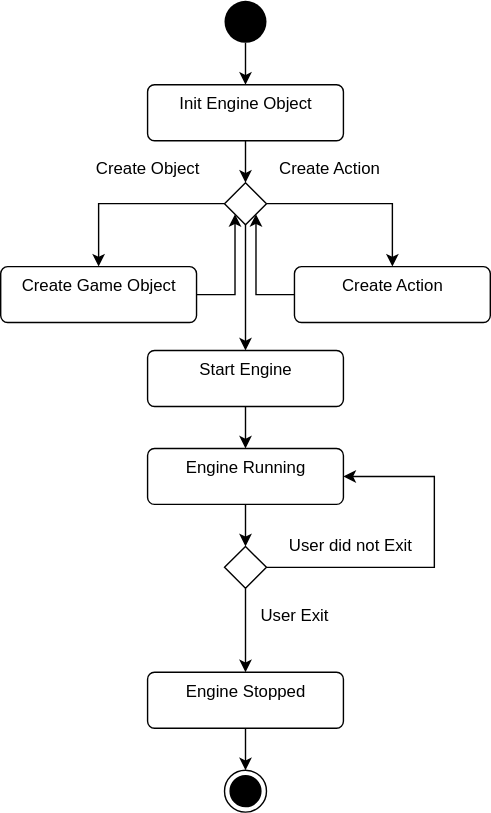
This is doc/activity_diagram.drawio.svg from kruserr/budget-flappy-bird-engine, a draw.io export, as it was before one commit. Source tidied: cells renumbered, new cells last; positions are measured from the earlier drawing's top-left corner, leaving out a move shared by most shapes. The source it was exported from:
```xml
<mxGraphModel>
  <root>
    <mxCell id="0" />
    <mxCell id="1" parent="0" />
    <mxCell id="2" style="edgeStyle=orthogonalEdgeStyle;rounded=0;jettySize=auto;html=1;exitX=0.5;exitY=1;exitDx=0;exitDy=0;entryX=0.5;entryY=0;entryDx=0;entryDy=0;" parent="1" edge="1" source="3" target="5">
      <mxGeometry relative="1" as="geometry" />
    </mxCell>
    <mxCell id="3" style="ellipse;fillColor=#000000;strokeColor=none;" parent="1" vertex="1">
      <mxGeometry x="160" width="30" height="30" as="geometry" />
    </mxCell>
    <mxCell id="4" style="edgeStyle=orthogonalEdgeStyle;rounded=0;jettySize=auto;html=1;exitX=0.5;exitY=1;exitDx=0;exitDy=0;entryX=0.5;entryY=0;entryDx=0;entryDy=0;" parent="1" edge="1" source="5" target="11">
      <mxGeometry relative="1" as="geometry" />
    </mxCell>
    <mxCell id="5" value="Init Engine Object" style="html=1;align=center;verticalAlign=top;rounded=1;absoluteArcSize=1;arcSize=10;dashed=0;" parent="1" vertex="1">
      <mxGeometry x="105" y="60" width="140" height="40" as="geometry" />
    </mxCell>
    <mxCell id="6" style="edgeStyle=orthogonalEdgeStyle;rounded=0;jettySize=auto;html=1;exitX=1;exitY=0.5;exitDx=0;exitDy=0;entryX=0;entryY=1;entryDx=0;entryDy=0;" parent="1" edge="1" source="7" target="11">
      <mxGeometry relative="1" as="geometry" />
    </mxCell>
    <mxCell id="7" value="Create Game Object&lt;br&gt;" style="html=1;align=center;verticalAlign=top;rounded=1;absoluteArcSize=1;arcSize=10;dashed=0;" parent="1" vertex="1">
      <mxGeometry y="190" width="140" height="40" as="geometry" />
    </mxCell>
    <mxCell id="8" style="edgeStyle=orthogonalEdgeStyle;rounded=0;jettySize=auto;html=1;exitX=0;exitY=0.5;exitDx=0;exitDy=0;entryX=0.5;entryY=0;entryDx=0;entryDy=0;" parent="1" edge="1" source="11" target="7">
      <mxGeometry relative="1" as="geometry" />
    </mxCell>
    <mxCell id="9" style="edgeStyle=orthogonalEdgeStyle;rounded=0;jettySize=auto;html=1;exitX=1;exitY=0.5;exitDx=0;exitDy=0;entryX=0.5;entryY=0;entryDx=0;entryDy=0;" parent="1" edge="1" source="11" target="13">
      <mxGeometry relative="1" as="geometry" />
    </mxCell>
    <mxCell id="10" style="edgeStyle=orthogonalEdgeStyle;rounded=0;jettySize=auto;html=1;exitX=0.5;exitY=1;exitDx=0;exitDy=0;entryX=0.5;entryY=0;entryDx=0;entryDy=0;" parent="1" edge="1" source="11" target="15">
      <mxGeometry relative="1" as="geometry" />
    </mxCell>
    <mxCell id="11" style="rhombus;" parent="1" vertex="1">
      <mxGeometry x="160" y="130" width="30" height="30" as="geometry" />
    </mxCell>
    <mxCell id="12" style="edgeStyle=orthogonalEdgeStyle;rounded=0;jettySize=auto;html=1;exitX=0;exitY=0.5;exitDx=0;exitDy=0;entryX=1;entryY=1;entryDx=0;entryDy=0;" parent="1" edge="1" source="13" target="11">
      <mxGeometry relative="1" as="geometry" />
    </mxCell>
    <mxCell id="13" value="Create Action" style="html=1;align=center;verticalAlign=top;rounded=1;absoluteArcSize=1;arcSize=10;dashed=0;" parent="1" vertex="1">
      <mxGeometry x="210" y="190" width="140" height="40" as="geometry" />
    </mxCell>
    <mxCell id="14" style="edgeStyle=orthogonalEdgeStyle;rounded=0;jettySize=auto;html=1;exitX=0.5;exitY=1;exitDx=0;exitDy=0;entryX=0.5;entryY=0;entryDx=0;entryDy=0;" parent="1" edge="1" source="15" target="20">
      <mxGeometry relative="1" as="geometry" />
    </mxCell>
    <mxCell id="15" value="Start Engine" style="html=1;align=center;verticalAlign=top;rounded=1;absoluteArcSize=1;arcSize=10;dashed=0;" parent="1" vertex="1">
      <mxGeometry x="105" y="250" width="140" height="40" as="geometry" />
    </mxCell>
    <mxCell id="16" value="Create Action&lt;br&gt;" style="text;html=1;align=center;verticalAlign=middle;" parent="1" vertex="1">
      <mxGeometry x="190" y="110" width="90" height="20" as="geometry" />
    </mxCell>
    <mxCell id="17" value="Create Object" style="text;html=1;align=center;verticalAlign=middle;" parent="1" vertex="1">
      <mxGeometry x="60" y="110" width="90" height="20" as="geometry" />
    </mxCell>
    <mxCell id="18" style="ellipse;html=1;shape=endState;fillColor=#000000;strokeColor=#000000;" parent="1" vertex="1">
      <mxGeometry x="160" y="550" width="30" height="30" as="geometry" />
    </mxCell>
    <mxCell id="19" style="edgeStyle=orthogonalEdgeStyle;rounded=0;jettySize=auto;html=1;exitX=0.5;exitY=1;exitDx=0;exitDy=0;entryX=0.5;entryY=0;entryDx=0;entryDy=0;" parent="1" edge="1" source="20" target="23">
      <mxGeometry relative="1" as="geometry" />
    </mxCell>
    <mxCell id="20" value="Engine Running" style="html=1;align=center;verticalAlign=top;rounded=1;absoluteArcSize=1;arcSize=10;dashed=0;" parent="1" vertex="1">
      <mxGeometry x="105" y="320" width="140" height="40" as="geometry" />
    </mxCell>
    <mxCell id="21" style="edgeStyle=orthogonalEdgeStyle;rounded=0;jettySize=auto;html=1;exitX=1;exitY=0.5;exitDx=0;exitDy=0;entryX=1;entryY=0.5;entryDx=0;entryDy=0;" parent="1" edge="1" source="23" target="20">
      <mxGeometry relative="1" as="geometry">
        <Array as="points">
          <mxPoint x="310" y="405" />
          <mxPoint x="310" y="340" />
        </Array>
      </mxGeometry>
    </mxCell>
    <mxCell id="22" style="edgeStyle=orthogonalEdgeStyle;rounded=0;jettySize=auto;html=1;exitX=0.5;exitY=1;exitDx=0;exitDy=0;entryX=0.5;entryY=0;entryDx=0;entryDy=0;" parent="1" edge="1" source="23" target="27">
      <mxGeometry relative="1" as="geometry" />
    </mxCell>
    <mxCell id="23" style="rhombus;" parent="1" vertex="1">
      <mxGeometry x="160" y="390" width="30" height="30" as="geometry" />
    </mxCell>
    <mxCell id="24" value="User Exit&lt;br&gt;" style="text;html=1;align=center;verticalAlign=middle;" parent="1" vertex="1">
      <mxGeometry x="180" y="430" width="60" height="20" as="geometry" />
    </mxCell>
    <mxCell id="25" value="User did not Exit" style="text;html=1;align=center;verticalAlign=middle;" parent="1" vertex="1">
      <mxGeometry x="200" y="380" width="100" height="20" as="geometry" />
    </mxCell>
    <mxCell id="26" style="edgeStyle=orthogonalEdgeStyle;rounded=0;jettySize=auto;html=1;exitX=0.5;exitY=1;exitDx=0;exitDy=0;entryX=0.5;entryY=0;entryDx=0;entryDy=0;" parent="1" edge="1" source="27" target="18">
      <mxGeometry relative="1" as="geometry" />
    </mxCell>
    <mxCell id="27" value="Engine Stopped" style="html=1;align=center;verticalAlign=top;rounded=1;absoluteArcSize=1;arcSize=10;dashed=0;" parent="1" vertex="1">
      <mxGeometry x="105" y="480" width="140" height="40" as="geometry" />
    </mxCell>
  </root>
</mxGraphModel>
```
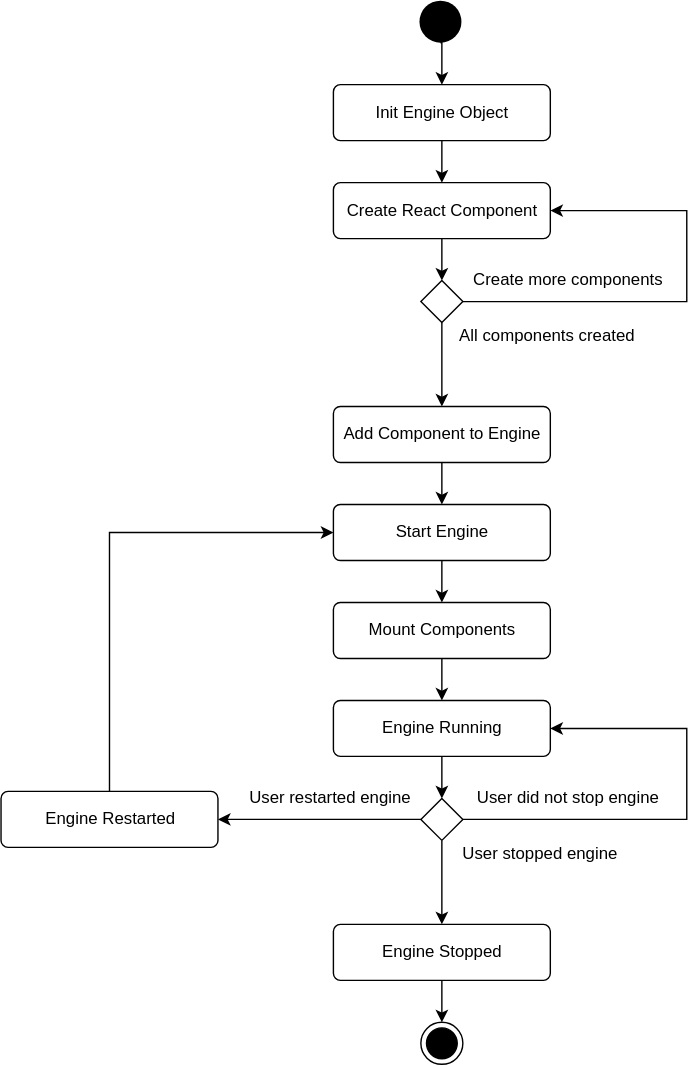
Later version of the same file.

Commit message:
update_activity_diagram: update the activity_diagram

What changed in the source:
```diff
@@ -2,88 +2,108 @@
   <root>
     <mxCell id="0" />
     <mxCell id="1" parent="0" />
-    <mxCell id="2" style="edgeStyle=orthogonalEdgeStyle;rounded=0;jettySize=auto;html=1;exitX=0.5;exitY=1;exitDx=0;exitDy=0;entryX=0.5;entryY=0;entryDx=0;entryDy=0;" parent="1" edge="1" source="3" target="5">
+    <mxCell id="2" style="edgeStyle=orthogonalEdgeStyle;rounded=0;jettySize=auto;html=1;exitX=0.5;exitY=1;exitDx=0;exitDy=0;entryX=0.5;entryY=0;entryDx=0;entryDy=0;verticalAlign=middle;" parent="1" edge="1" source="3" target="5">
       <mxGeometry relative="1" as="geometry" />
     </mxCell>
-    <mxCell id="3" style="ellipse;fillColor=#000000;strokeColor=none;" parent="1" vertex="1">
-      <mxGeometry x="160" width="30" height="30" as="geometry" />
+    <mxCell id="3" style="ellipse;fillColor=#000000;strokeColor=none;verticalAlign=middle;" parent="1" vertex="1">
+      <mxGeometry x="149" y="-30" width="30" height="30" as="geometry" />
     </mxCell>
-    <mxCell id="4" style="edgeStyle=orthogonalEdgeStyle;rounded=0;jettySize=auto;html=1;exitX=0.5;exitY=1;exitDx=0;exitDy=0;entryX=0.5;entryY=0;entryDx=0;entryDy=0;" parent="1" edge="1" source="5" target="11">
-      <mxGeometry relative="1" as="geometry" />
-    </mxCell>
+    <mxCell id="28" style="edgeStyle=orthogonalEdgeStyle;rounded=0;jettySize=auto;html=1;exitX=0.5;exitY=1;exitDx=0;exitDy=0;entryX=0.5;entryY=0;entryDx=0;entryDy=0;verticalAlign=middle;" parent="1" edge="1" source="5" target="7">
+      <mxGeometry relative="1" as="geometry" />
+    </mxCell>
-    <mxCell id="5" value="Init Engine Object" style="html=1;align=center;verticalAlign=top;rounded=1;absoluteArcSize=1;arcSize=10;dashed=0;" parent="1" vertex="1">
-      <mxGeometry x="105" y="60" width="140" height="40" as="geometry" />
+    <mxCell id="5" value="Init Engine Object" style="html=1;align=center;verticalAlign=middle;rounded=1;absoluteArcSize=1;arcSize=10;dashed=0;" parent="1" vertex="1">
+      <mxGeometry x="87.5" y="30" width="155" height="40" as="geometry" />
     </mxCell>
-    <mxCell id="6" style="edgeStyle=orthogonalEdgeStyle;rounded=0;jettySize=auto;html=1;exitX=1;exitY=0.5;exitDx=0;exitDy=0;entryX=0;entryY=1;entryDx=0;entryDy=0;" parent="1" edge="1" source="7" target="11">
+    <mxCell id="6" style="edgeStyle=orthogonalEdgeStyle;rounded=0;jettySize=auto;html=1;exitX=0.5;exitY=1;exitDx=0;exitDy=0;entryX=0.5;entryY=0;entryDx=0;entryDy=0;verticalAlign=middle;" parent="1" edge="1" source="7" target="11">
       <mxGeometry relative="1" as="geometry" />
     </mxCell>
-    <mxCell id="7" value="Create Game Object&lt;br&gt;" style="html=1;align=center;verticalAlign=top;rounded=1;absoluteArcSize=1;arcSize=10;dashed=0;" parent="1" vertex="1">
-      <mxGeometry y="190" width="140" height="40" as="geometry" />
+    <mxCell id="7" value="Create React Component&lt;br&gt;" style="html=1;align=center;verticalAlign=middle;rounded=1;absoluteArcSize=1;arcSize=10;dashed=0;" parent="1" vertex="1">
+      <mxGeometry x="87.5" y="100" width="155" height="40" as="geometry" />
     </mxCell>
+    <mxCell id="29" style="edgeStyle=orthogonalEdgeStyle;rounded=0;jettySize=auto;html=1;exitX=0.5;exitY=1;exitDx=0;exitDy=0;entryX=0.5;entryY=0;entryDx=0;entryDy=0;verticalAlign=middle;" parent="1" edge="1" source="11" target="39">
+      <mxGeometry relative="1" as="geometry" />
+    </mxCell>
-    <mxCell id="8" style="edgeStyle=orthogonalEdgeStyle;rounded=0;jettySize=auto;html=1;exitX=0;exitY=0.5;exitDx=0;exitDy=0;entryX=0.5;entryY=0;entryDx=0;entryDy=0;" parent="1" edge="1" source="11" target="7">
-      <mxGeometry relative="1" as="geometry" />
+    <mxCell id="8" style="edgeStyle=orthogonalEdgeStyle;rounded=0;jettySize=auto;html=1;exitX=1;exitY=0.5;exitDx=0;exitDy=0;entryX=1;entryY=0.5;entryDx=0;entryDy=0;verticalAlign=middle;" parent="1" edge="1" source="11" target="7">
+      <mxGeometry relative="1" as="geometry">
+        <Array as="points">
+          <mxPoint x="340" y="185" />
+          <mxPoint x="340" y="120" />
+        </Array>
+      </mxGeometry>
     </mxCell>
-    <mxCell id="9" style="edgeStyle=orthogonalEdgeStyle;rounded=0;jettySize=auto;html=1;exitX=1;exitY=0.5;exitDx=0;exitDy=0;entryX=0.5;entryY=0;entryDx=0;entryDy=0;" parent="1" edge="1" source="11" target="13">
-      <mxGeometry relative="1" as="geometry" />
-    </mxCell>
-    <mxCell id="10" style="edgeStyle=orthogonalEdgeStyle;rounded=0;jettySize=auto;html=1;exitX=0.5;exitY=1;exitDx=0;exitDy=0;entryX=0.5;entryY=0;entryDx=0;entryDy=0;" parent="1" edge="1" source="11" target="15">
-      <mxGeometry relative="1" as="geometry" />
-    </mxCell>
-    <mxCell id="11" style="rhombus;" parent="1" vertex="1">
-      <mxGeometry x="160" y="130" width="30" height="30" as="geometry" />
+    <mxCell id="11" style="rhombus;verticalAlign=middle;" parent="1" vertex="1">
+      <mxGeometry x="150" y="170" width="30" height="30" as="geometry" />
     </mxCell>
-    <mxCell id="12" style="edgeStyle=orthogonalEdgeStyle;rounded=0;jettySize=auto;html=1;exitX=0;exitY=0.5;exitDx=0;exitDy=0;entryX=1;entryY=1;entryDx=0;entryDy=0;" parent="1" edge="1" source="13" target="11">
-      <mxGeometry relative="1" as="geometry" />
-    </mxCell>
-    <mxCell id="13" value="Create Action" style="html=1;align=center;verticalAlign=top;rounded=1;absoluteArcSize=1;arcSize=10;dashed=0;" parent="1" vertex="1">
-      <mxGeometry x="210" y="190" width="140" height="40" as="geometry" />
-    </mxCell>
-    <mxCell id="14" style="edgeStyle=orthogonalEdgeStyle;rounded=0;jettySize=auto;html=1;exitX=0.5;exitY=1;exitDx=0;exitDy=0;entryX=0.5;entryY=0;entryDx=0;entryDy=0;" parent="1" edge="1" source="15" target="20">
+    <mxCell id="14" style="edgeStyle=orthogonalEdgeStyle;rounded=0;jettySize=auto;html=1;exitX=0.5;exitY=1;exitDx=0;exitDy=0;entryX=0.5;entryY=0;entryDx=0;entryDy=0;verticalAlign=middle;" parent="1" edge="1" source="15" target="37">
       <mxGeometry relative="1" as="geometry" />
     </mxCell>
-    <mxCell id="15" value="Start Engine" style="html=1;align=center;verticalAlign=top;rounded=1;absoluteArcSize=1;arcSize=10;dashed=0;" parent="1" vertex="1">
-      <mxGeometry x="105" y="250" width="140" height="40" as="geometry" />
+    <mxCell id="15" value="Start Engine" style="html=1;align=center;verticalAlign=middle;rounded=1;absoluteArcSize=1;arcSize=10;dashed=0;" parent="1" vertex="1">
+      <mxGeometry x="87.5" y="330" width="155" height="40" as="geometry" />
     </mxCell>
-    <mxCell id="16" value="Create Action&lt;br&gt;" style="text;html=1;align=center;verticalAlign=middle;" parent="1" vertex="1">
-      <mxGeometry x="190" y="110" width="90" height="20" as="geometry" />
-    </mxCell>
-    <mxCell id="17" value="Create Object" style="text;html=1;align=center;verticalAlign=middle;" parent="1" vertex="1">
-      <mxGeometry x="60" y="110" width="90" height="20" as="geometry" />
-    </mxCell>
-    <mxCell id="18" style="ellipse;html=1;shape=endState;fillColor=#000000;strokeColor=#000000;" parent="1" vertex="1">
-      <mxGeometry x="160" y="550" width="30" height="30" as="geometry" />
+    <mxCell id="18" style="ellipse;html=1;shape=endState;fillColor=#000000;strokeColor=#000000;verticalAlign=middle;" parent="1" vertex="1">
+      <mxGeometry x="150" y="700" width="30" height="30" as="geometry" />
     </mxCell>
-    <mxCell id="19" style="edgeStyle=orthogonalEdgeStyle;rounded=0;jettySize=auto;html=1;exitX=0.5;exitY=1;exitDx=0;exitDy=0;entryX=0.5;entryY=0;entryDx=0;entryDy=0;" parent="1" edge="1" source="20" target="23">
+    <mxCell id="19" style="edgeStyle=orthogonalEdgeStyle;rounded=0;jettySize=auto;html=1;exitX=0.5;exitY=1;exitDx=0;exitDy=0;entryX=0.5;entryY=0;entryDx=0;entryDy=0;verticalAlign=middle;" parent="1" edge="1" source="20" target="23">
       <mxGeometry relative="1" as="geometry" />
     </mxCell>
-    <mxCell id="20" value="Engine Running" style="html=1;align=center;verticalAlign=top;rounded=1;absoluteArcSize=1;arcSize=10;dashed=0;" parent="1" vertex="1">
-      <mxGeometry x="105" y="320" width="140" height="40" as="geometry" />
+    <mxCell id="20" value="Engine Running" style="html=1;align=center;verticalAlign=middle;rounded=1;absoluteArcSize=1;arcSize=10;dashed=0;" parent="1" vertex="1">
+      <mxGeometry x="87.5" y="470" width="155" height="40" as="geometry" />
     </mxCell>
-    <mxCell id="21" style="edgeStyle=orthogonalEdgeStyle;rounded=0;jettySize=auto;html=1;exitX=1;exitY=0.5;exitDx=0;exitDy=0;entryX=1;entryY=0.5;entryDx=0;entryDy=0;" parent="1" edge="1" source="23" target="20">
+    <mxCell id="21" style="edgeStyle=orthogonalEdgeStyle;rounded=0;jettySize=auto;html=1;exitX=1;exitY=0.5;exitDx=0;exitDy=0;entryX=1;entryY=0.5;entryDx=0;entryDy=0;verticalAlign=middle;" parent="1" edge="1" source="23" target="20">
       <mxGeometry relative="1" as="geometry">
         <Array as="points">
-          <mxPoint x="310" y="405" />
-          <mxPoint x="310" y="340" />
+          <mxPoint x="340" y="555" />
+          <mxPoint x="340" y="490" />
         </Array>
       </mxGeometry>
     </mxCell>
-    <mxCell id="22" style="edgeStyle=orthogonalEdgeStyle;rounded=0;jettySize=auto;html=1;exitX=0.5;exitY=1;exitDx=0;exitDy=0;entryX=0.5;entryY=0;entryDx=0;entryDy=0;" parent="1" edge="1" source="23" target="27">
+    <mxCell id="22" style="edgeStyle=orthogonalEdgeStyle;rounded=0;jettySize=auto;html=1;exitX=0.5;exitY=1;exitDx=0;exitDy=0;entryX=0.5;entryY=0;entryDx=0;entryDy=0;verticalAlign=middle;" parent="1" edge="1" source="23" target="27">
       <mxGeometry relative="1" as="geometry" />
     </mxCell>
+    <mxCell id="30" style="edgeStyle=orthogonalEdgeStyle;rounded=0;jettySize=auto;html=1;exitX=0;exitY=0.5;exitDx=0;exitDy=0;entryX=1;entryY=0.5;entryDx=0;entryDy=0;verticalAlign=middle;" parent="1" edge="1" source="23" target="34">
+      <mxGeometry relative="1" as="geometry" />
+    </mxCell>
-    <mxCell id="23" style="rhombus;" parent="1" vertex="1">
-      <mxGeometry x="160" y="390" width="30" height="30" as="geometry" />
+    <mxCell id="23" style="rhombus;verticalAlign=middle;" parent="1" vertex="1">
+      <mxGeometry x="150" y="540" width="30" height="30" as="geometry" />
     </mxCell>
-    <mxCell id="24" value="User Exit&lt;br&gt;" style="text;html=1;align=center;verticalAlign=middle;" parent="1" vertex="1">
-      <mxGeometry x="180" y="430" width="60" height="20" as="geometry" />
+    <mxCell id="24" value="User stopped engine" style="text;html=1;align=center;verticalAlign=middle;" parent="1" vertex="1">
+      <mxGeometry x="170" y="570" width="130" height="20" as="geometry" />
     </mxCell>
-    <mxCell id="25" value="User did not Exit" style="text;html=1;align=center;verticalAlign=middle;" parent="1" vertex="1">
-      <mxGeometry x="200" y="380" width="100" height="20" as="geometry" />
+    <mxCell id="25" value="User did not stop engine" style="text;html=1;align=center;verticalAlign=middle;" parent="1" vertex="1">
+      <mxGeometry x="180" y="530" width="150" height="20" as="geometry" />
     </mxCell>
-    <mxCell id="26" style="edgeStyle=orthogonalEdgeStyle;rounded=0;jettySize=auto;html=1;exitX=0.5;exitY=1;exitDx=0;exitDy=0;entryX=0.5;entryY=0;entryDx=0;entryDy=0;" parent="1" edge="1" source="27" target="18">
+    <mxCell id="26" style="edgeStyle=orthogonalEdgeStyle;rounded=0;jettySize=auto;html=1;exitX=0.5;exitY=1;exitDx=0;exitDy=0;entryX=0.5;entryY=0;entryDx=0;entryDy=0;verticalAlign=middle;" parent="1" edge="1" source="27" target="18">
       <mxGeometry relative="1" as="geometry" />
     </mxCell>
-    <mxCell id="27" value="Engine Stopped" style="html=1;align=center;verticalAlign=top;rounded=1;absoluteArcSize=1;arcSize=10;dashed=0;" parent="1" vertex="1">
-      <mxGeometry x="105" y="480" width="140" height="40" as="geometry" />
+    <mxCell id="27" value="Engine Stopped" style="html=1;align=center;verticalAlign=middle;rounded=1;absoluteArcSize=1;arcSize=10;dashed=0;" parent="1" vertex="1">
+      <mxGeometry x="87.5" y="630" width="155" height="40" as="geometry" />
     </mxCell>
+    <mxCell id="31" value="Create more components" style="text;html=1;align=center;verticalAlign=middle;" parent="1" vertex="1">
+      <mxGeometry x="180" y="160" width="150" height="20" as="geometry" />
+    </mxCell>
+    <mxCell id="32" value="All components created&lt;br&gt;" style="text;html=1;align=center;verticalAlign=middle;" parent="1" vertex="1">
+      <mxGeometry x="170" y="200" width="140" height="20" as="geometry" />
+    </mxCell>
+    <mxCell id="33" style="edgeStyle=orthogonalEdgeStyle;rounded=0;jettySize=auto;html=1;exitX=0.5;exitY=0;exitDx=0;exitDy=0;entryX=0;entryY=0.5;entryDx=0;entryDy=0;verticalAlign=middle;" parent="1" edge="1" source="34" target="15">
+      <mxGeometry relative="1" as="geometry" />
+    </mxCell>
+    <mxCell id="34" value="Engine Restarted" style="html=1;align=center;verticalAlign=middle;rounded=1;absoluteArcSize=1;arcSize=10;dashed=0;" parent="1" vertex="1">
+      <mxGeometry x="-150" y="535" width="155" height="40" as="geometry" />
+    </mxCell>
+    <mxCell id="35" value="User restarted engine" style="text;html=1;align=center;verticalAlign=middle;" parent="1" vertex="1">
+      <mxGeometry x="20" y="530" width="130" height="20" as="geometry" />
+    </mxCell>
+    <mxCell id="36" style="edgeStyle=orthogonalEdgeStyle;rounded=0;jettySize=auto;html=1;exitX=0.5;exitY=1;exitDx=0;exitDy=0;entryX=0.5;entryY=0;entryDx=0;entryDy=0;verticalAlign=middle;" parent="1" edge="1" source="37" target="20">
+      <mxGeometry relative="1" as="geometry" />
+    </mxCell>
+    <mxCell id="37" value="Mount Components" style="html=1;align=center;verticalAlign=middle;rounded=1;absoluteArcSize=1;arcSize=10;dashed=0;" parent="1" vertex="1">
+      <mxGeometry x="87.5" y="400" width="155" height="40" as="geometry" />
+    </mxCell>
+    <mxCell id="38" style="edgeStyle=orthogonalEdgeStyle;rounded=0;jettySize=auto;html=1;exitX=0.5;exitY=1;exitDx=0;exitDy=0;entryX=0.5;entryY=0;entryDx=0;entryDy=0;verticalAlign=middle;" parent="1" edge="1" source="39" target="15">
+      <mxGeometry relative="1" as="geometry" />
+    </mxCell>
+    <mxCell id="39" value="Add Component to Engine" style="html=1;align=center;verticalAlign=middle;rounded=1;absoluteArcSize=1;arcSize=10;dashed=0;" parent="1" vertex="1">
+      <mxGeometry x="87.5" y="260" width="155" height="40" as="geometry" />
+    </mxCell>
   </root>
 </mxGraphModel>
```
